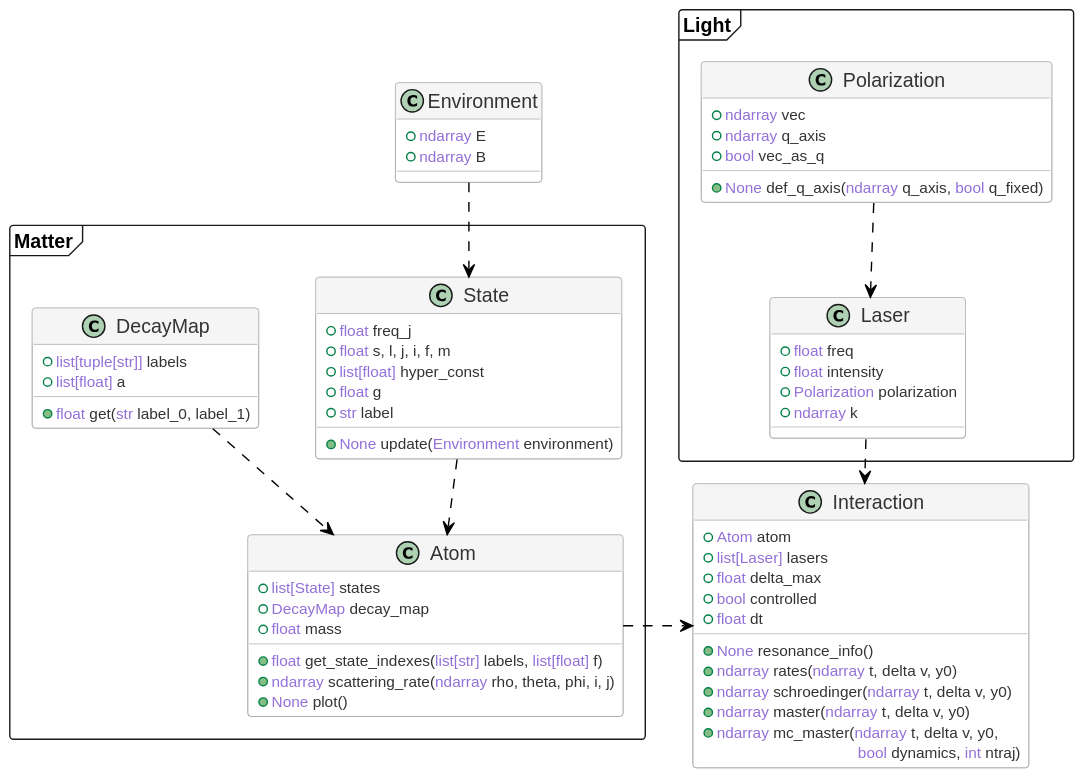
Before: docs/assets/img/simulate-uml.svg, a diagram exported from PlantUML (patmlr/qspec).
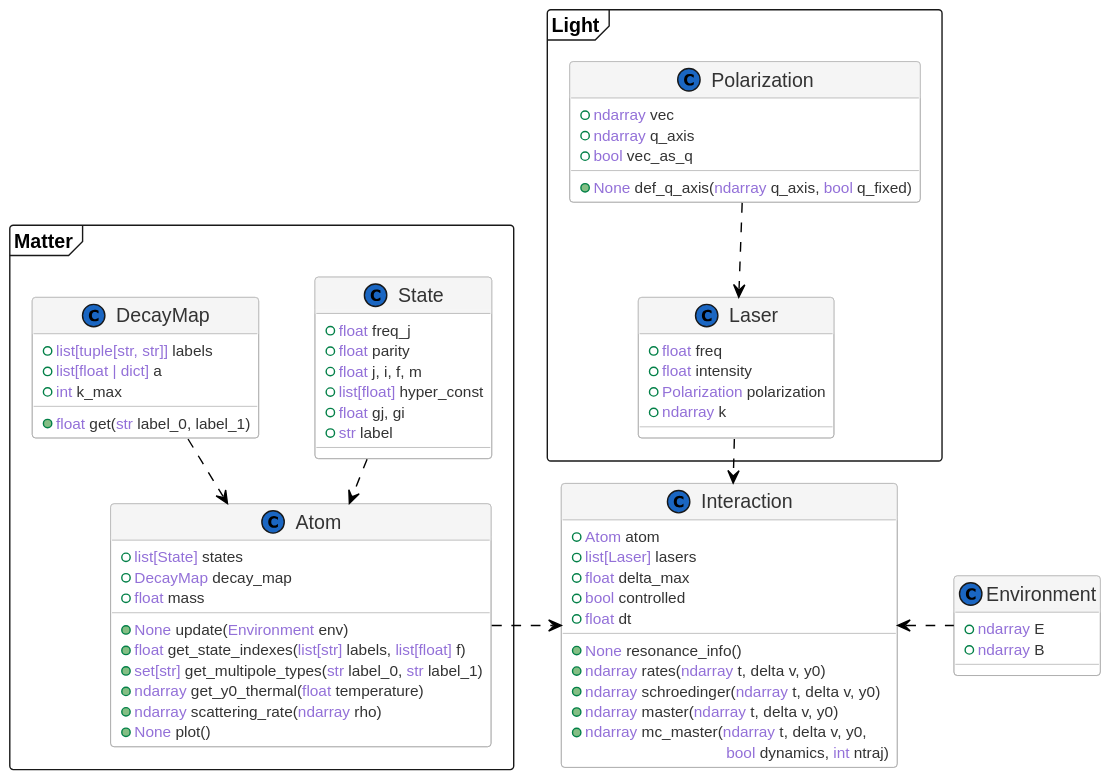
After the change.

What changed in the source:
```diff
@@ -36,16 +36,17 @@
 
     class State {
         +<color:MediumPurple>float</color> freq_j
-        +<color:MediumPurple>float</color> s, l, j, i, f, m
+        +<color:MediumPurple>float</color> parity
+        +<color:MediumPurple>float</color> j, i, f, m
         +<color:MediumPurple>list[float]</color> hyper_const
-        +<color:MediumPurple>float</color> g
+        +<color:MediumPurple>float</color> gj, gi
         +<color:MediumPurple>str</color> label
-        +<color:MediumPurple>None</color> update(<color:MediumPurple>Environment</color> environment)
     }
 
     class DecayMap {
-        +<color:MediumPurple>list[tuple[str]]</color> labels
-        +<color:MediumPurple>list[float]</color> a
+        +<color:MediumPurple>list[tuple[str, str]]</color> labels
+        +<color:MediumPurple>list[float | dict]</color> a
+        +<color:MediumPurple>int</color> k_max
         +<color:MediumPurple>float</color> get(<color:MediumPurple>str</color> label_0, label_1)
     }
 
@@ -53,12 +54,14 @@
         +<color:MediumPurple>list[State]</color> states
         +<color:MediumPurple>DecayMap</color> decay_map
         +<color:MediumPurple>float</color> mass
+        +<color:MediumPurple>None</color> update(<color:MediumPurple>Environment</color> env)
         +<color:MediumPurple>float</color> get_state_indexes(<color:MediumPurple>list[str]</color> labels, <color:MediumPurple>list[float]</color> f)
-        +<color:MediumPurple>ndarray</color> scattering_rate(<color:MediumPurple>ndarray</color> rho, theta, phi, i, j)
+        +<color:MediumPurple>set[str]</color> get_multipole_types(<color:MediumPurple>str</color> label_0, <color:MediumPurple>str</color> label_1)
+        +<color:MediumPurple>ndarray</color> get_y0_thermal(<color:MediumPurple>float</color> temperature)
+        +<color:MediumPurple>ndarray</color> scattering_rate(<color:MediumPurple>ndarray</color> rho)
         +<color:MediumPurple>None</color> plot()
     }
 
-    Environment ..> State
     State ..> Atom
     DecayMap ..> Atom
 }
@@ -79,4 +82,5 @@
 
 Atom .> Interaction
 Laser ..> Interaction
+Interaction <. Environment
 @enduml
```
